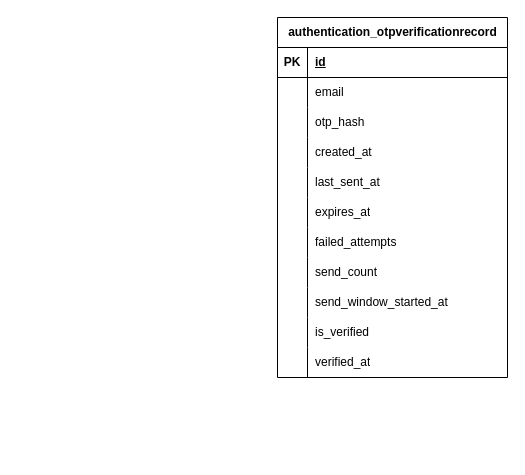
RHILIUS/E-Commerce-Docs keeps this draw.io diagram as page "Authentication" (4 of 5) of diagrams/e-commerce-entity-relationship-diagram.drawio. Above is the earlier version. Source tidied: cells renumbered, new cells numbered last; positions are measured from the earlier drawing's top-left corner, leaving out a move shared by most shapes. Both pictures are drawn from the tidied source at 100%, with x=0, y=0 at pixel (277, 17).
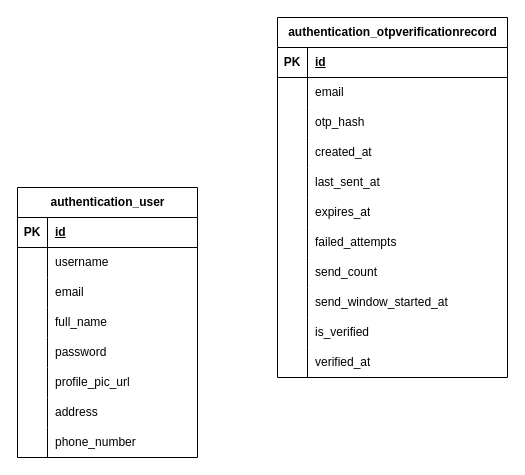
The same page after the edit.

The edit, as a diff of the source:
```diff
@@
+    <mxCell id="36" value="&lt;font style=&quot;color: rgb(0, 0, 0);&quot;&gt;authentication_user&lt;/font&gt;" style="shape=table;startSize=30;childLayout=tableLayout;rowLines=0;fontStyle=1;align=center;html=1;" parent="1" vertex="1">
+      <mxGeometry x="-260" y="170" width="180" height="270" as="geometry" />
+    </mxCell>
+    <mxCell id="37" style="shape=tableRow;horizontal=0;startSize=0;swimlaneHead=0;swimlaneBody=0;fillColor=none;top=0;left=0;right=0;bottom=1;" parent="36" vertex="1">
+      <mxGeometry y="30" width="180" height="30" as="geometry" />
+    </mxCell>
+    <mxCell id="38" value="PK" style="shape=partialRectangle;fillColor=none;top=0;left=0;bottom=0;right=0;fontStyle=1;overflow=hidden;whiteSpace=wrap;html=1;" parent="37" vertex="1">
+      <mxGeometry width="30" height="30" as="geometry" />
+    </mxCell>
+    <mxCell id="39" value="id" style="shape=partialRectangle;fillColor=none;top=0;left=0;bottom=0;right=0;align=left;spacingLeft=6;fontStyle=5;overflow=hidden;whiteSpace=wrap;html=1;" parent="37" vertex="1">
+      <mxGeometry x="30" width="150" height="30" as="geometry" />
+    </mxCell>
+    <mxCell id="40" style="shape=tableRow;horizontal=0;startSize=0;swimlaneHead=0;swimlaneBody=0;fillColor=none;top=0;left=0;right=0;bottom=0;" parent="36" vertex="1">
+      <mxGeometry y="60" width="180" height="30" as="geometry" />
+    </mxCell>
+    <mxCell id="41" style="shape=partialRectangle;fillColor=none;top=0;left=0;bottom=0;right=0;overflow=hidden;whiteSpace=wrap;html=1;" parent="40" vertex="1">
+      <mxGeometry width="30" height="30" as="geometry" />
+    </mxCell>
+    <mxCell id="42" value="username" style="shape=partialRectangle;fillColor=none;top=0;left=0;bottom=0;right=0;align=left;spacingLeft=6;overflow=hidden;whiteSpace=wrap;html=1;" parent="40" vertex="1">
+      <mxGeometry x="30" width="150" height="30" as="geometry" />
+    </mxCell>
+    <mxCell id="43" style="shape=tableRow;horizontal=0;startSize=0;swimlaneHead=0;swimlaneBody=0;fillColor=none;top=0;left=0;right=0;bottom=0;" parent="36" vertex="1">
+      <mxGeometry y="90" width="180" height="30" as="geometry" />
+    </mxCell>
+    <mxCell id="44" style="shape=partialRectangle;fillColor=none;top=0;left=0;bottom=0;right=0;overflow=hidden;whiteSpace=wrap;html=1;" parent="43" vertex="1">
+      <mxGeometry width="30" height="30" as="geometry" />
+    </mxCell>
+    <mxCell id="45" value="email" style="shape=partialRectangle;fillColor=none;top=0;left=0;bottom=0;right=0;align=left;spacingLeft=6;overflow=hidden;whiteSpace=wrap;html=1;" parent="43" vertex="1">
+      <mxGeometry x="30" width="150" height="30" as="geometry" />
+    </mxCell>
+    <mxCell id="46" style="shape=tableRow;horizontal=0;startSize=0;swimlaneHead=0;swimlaneBody=0;fillColor=none;top=0;left=0;right=0;bottom=0;" parent="36" vertex="1">
+      <mxGeometry y="120" width="180" height="30" as="geometry" />
+    </mxCell>
+    <mxCell id="47" style="shape=partialRectangle;fillColor=none;top=0;left=0;bottom=0;right=0;overflow=hidden;whiteSpace=wrap;html=1;" parent="46" vertex="1">
+      <mxGeometry width="30" height="30" as="geometry" />
+    </mxCell>
+    <mxCell id="48" value="full_name" style="shape=partialRectangle;fillColor=none;top=0;left=0;bottom=0;right=0;align=left;spacingLeft=6;overflow=hidden;whiteSpace=wrap;html=1;" parent="46" vertex="1">
+      <mxGeometry x="30" width="150" height="30" as="geometry" />
+    </mxCell>
+    <mxCell id="49" style="shape=tableRow;horizontal=0;startSize=0;swimlaneHead=0;swimlaneBody=0;fillColor=none;top=0;left=0;right=0;bottom=0;" parent="36" vertex="1">
+      <mxGeometry y="150" width="180" height="30" as="geometry" />
+    </mxCell>
+    <mxCell id="50" style="shape=partialRectangle;fillColor=none;top=0;left=0;bottom=0;right=0;overflow=hidden;whiteSpace=wrap;html=1;" parent="49" vertex="1">
+      <mxGeometry width="30" height="30" as="geometry" />
+    </mxCell>
+    <mxCell id="51" value="password" style="shape=partialRectangle;fillColor=none;top=0;left=0;bottom=0;right=0;align=left;spacingLeft=6;overflow=hidden;whiteSpace=wrap;html=1;" parent="49" vertex="1">
+      <mxGeometry x="30" width="150" height="30" as="geometry" />
+    </mxCell>
+    <mxCell id="52" style="shape=tableRow;horizontal=0;startSize=0;swimlaneHead=0;swimlaneBody=0;fillColor=none;top=0;left=0;right=0;bottom=0;" parent="36" vertex="1">
+      <mxGeometry y="180" width="180" height="30" as="geometry" />
+    </mxCell>
+    <mxCell id="53" style="shape=partialRectangle;fillColor=none;top=0;left=0;bottom=0;right=0;overflow=hidden;whiteSpace=wrap;html=1;" parent="52" vertex="1">
+      <mxGeometry width="30" height="30" as="geometry" />
+    </mxCell>
+    <mxCell id="54" value="profile_pic_url" style="shape=partialRectangle;fillColor=none;top=0;left=0;bottom=0;right=0;align=left;spacingLeft=6;overflow=hidden;whiteSpace=wrap;html=1;" parent="52" vertex="1">
+      <mxGeometry x="30" width="150" height="30" as="geometry" />
+    </mxCell>
+    <mxCell id="55" style="shape=tableRow;horizontal=0;startSize=0;swimlaneHead=0;swimlaneBody=0;fillColor=none;top=0;left=0;right=0;bottom=0;" parent="36" vertex="1">
+      <mxGeometry y="210" width="180" height="30" as="geometry" />
+    </mxCell>
+    <mxCell id="56" style="shape=partialRectangle;fillColor=none;top=0;left=0;bottom=0;right=0;overflow=hidden;whiteSpace=wrap;html=1;" parent="55" vertex="1">
+      <mxGeometry width="30" height="30" as="geometry" />
+    </mxCell>
+    <mxCell id="57" value="address" style="shape=partialRectangle;fillColor=none;top=0;left=0;bottom=0;right=0;align=left;spacingLeft=6;overflow=hidden;whiteSpace=wrap;html=1;" parent="55" vertex="1">
+      <mxGeometry x="30" width="150" height="30" as="geometry" />
+    </mxCell>
+    <mxCell id="58" style="shape=tableRow;horizontal=0;startSize=0;swimlaneHead=0;swimlaneBody=0;fillColor=none;top=0;left=0;right=0;bottom=0;" parent="36" vertex="1">
+      <mxGeometry y="240" width="180" height="30" as="geometry" />
+    </mxCell>
+    <mxCell id="59" style="shape=partialRectangle;fillColor=none;top=0;left=0;bottom=0;right=0;overflow=hidden;whiteSpace=wrap;html=1;" parent="58" vertex="1">
+      <mxGeometry width="30" height="30" as="geometry" />
+    </mxCell>
+    <mxCell id="60" value="phone_number" style="shape=partialRectangle;fillColor=none;top=0;left=0;bottom=0;right=0;align=left;spacingLeft=6;overflow=hidden;whiteSpace=wrap;html=1;" parent="58" vertex="1">
+      <mxGeometry x="30" width="150" height="30" as="geometry" />
+    </mxCell>
```
